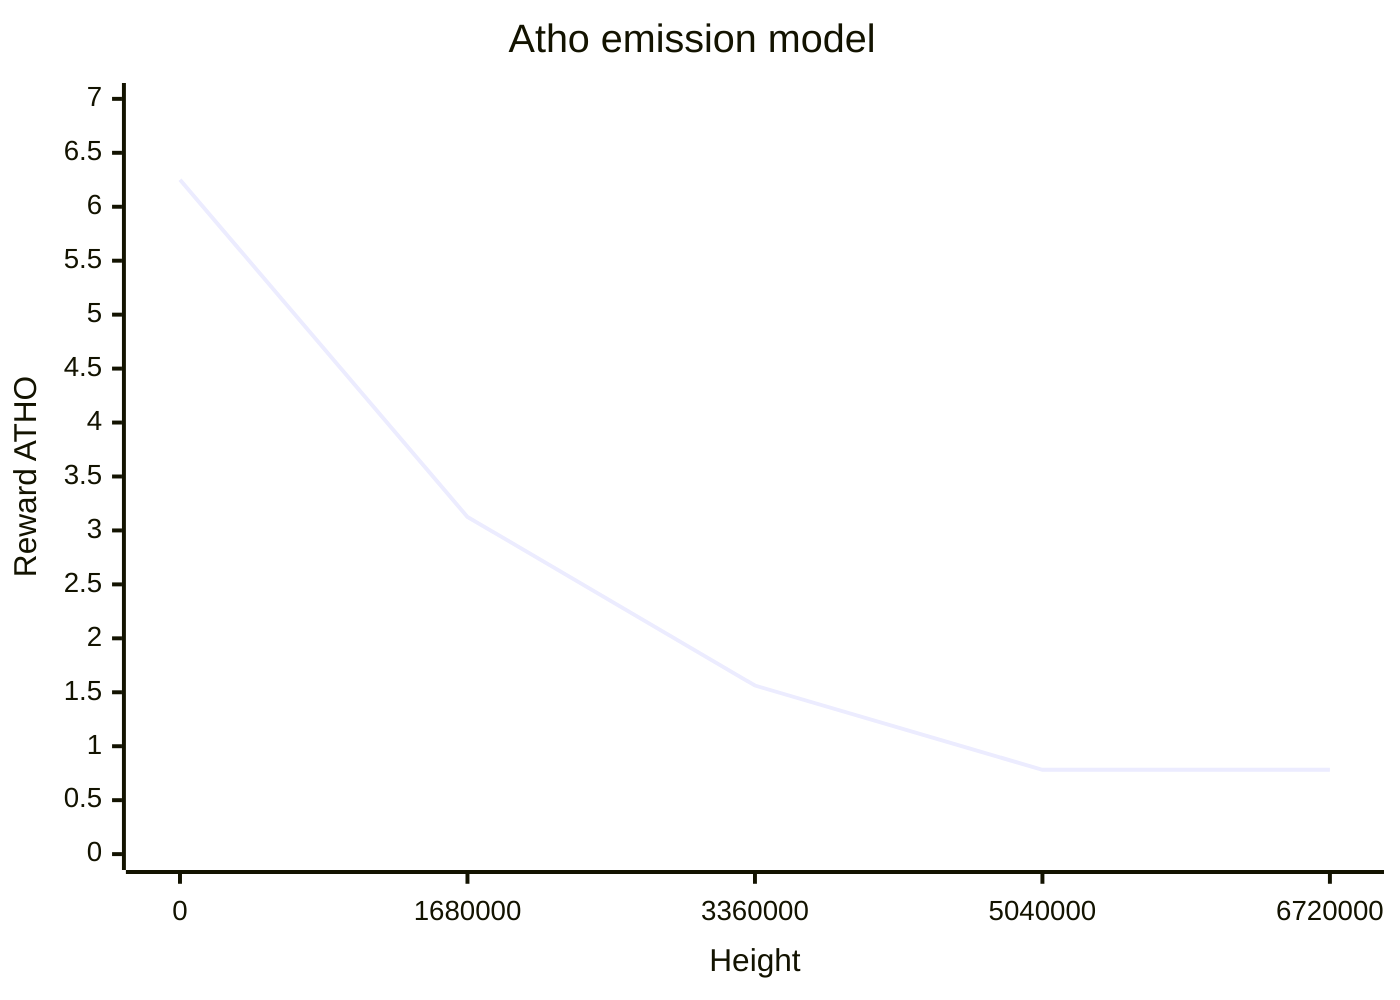
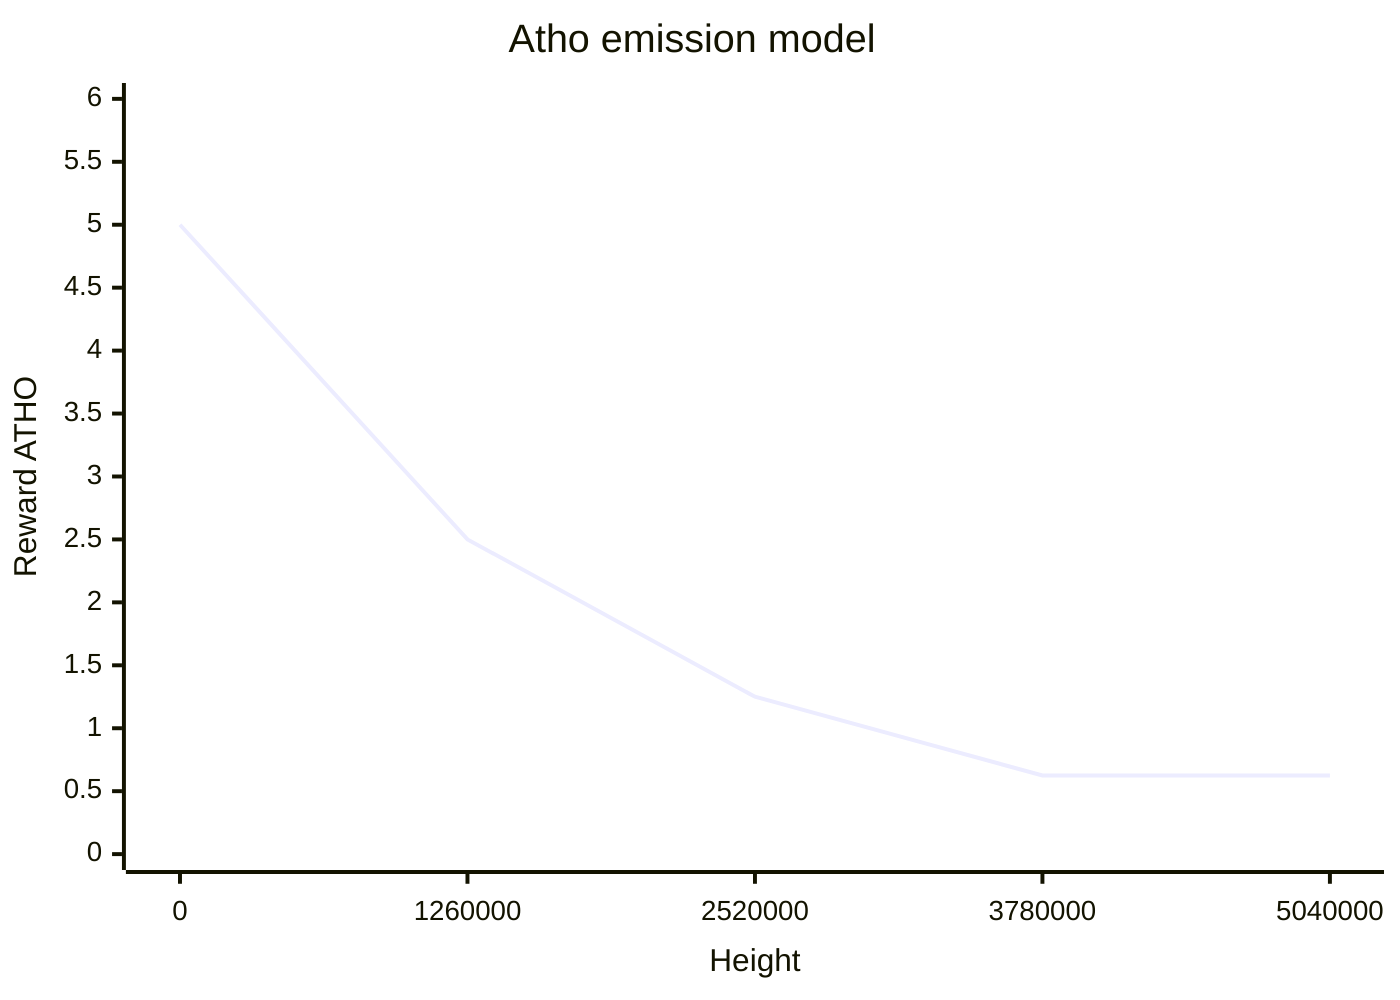
xychart-beta
    title "Atho emission model"
-     x-axis "Height" [0, 1680000, 3360000, 5040000, 6720000]
-     y-axis "Reward ATHO" 0 --> 7
-     line "Subsidy" [6.25, 3.125, 1.5625, 0.78125, 0.78125]
+     x-axis "Height" [0, 1260000, 2520000, 3780000, 5040000]
+     y-axis "Reward ATHO" 0 --> 6
+     line "Subsidy" [5, 2.5, 1.25, 0.625, 0.625]
